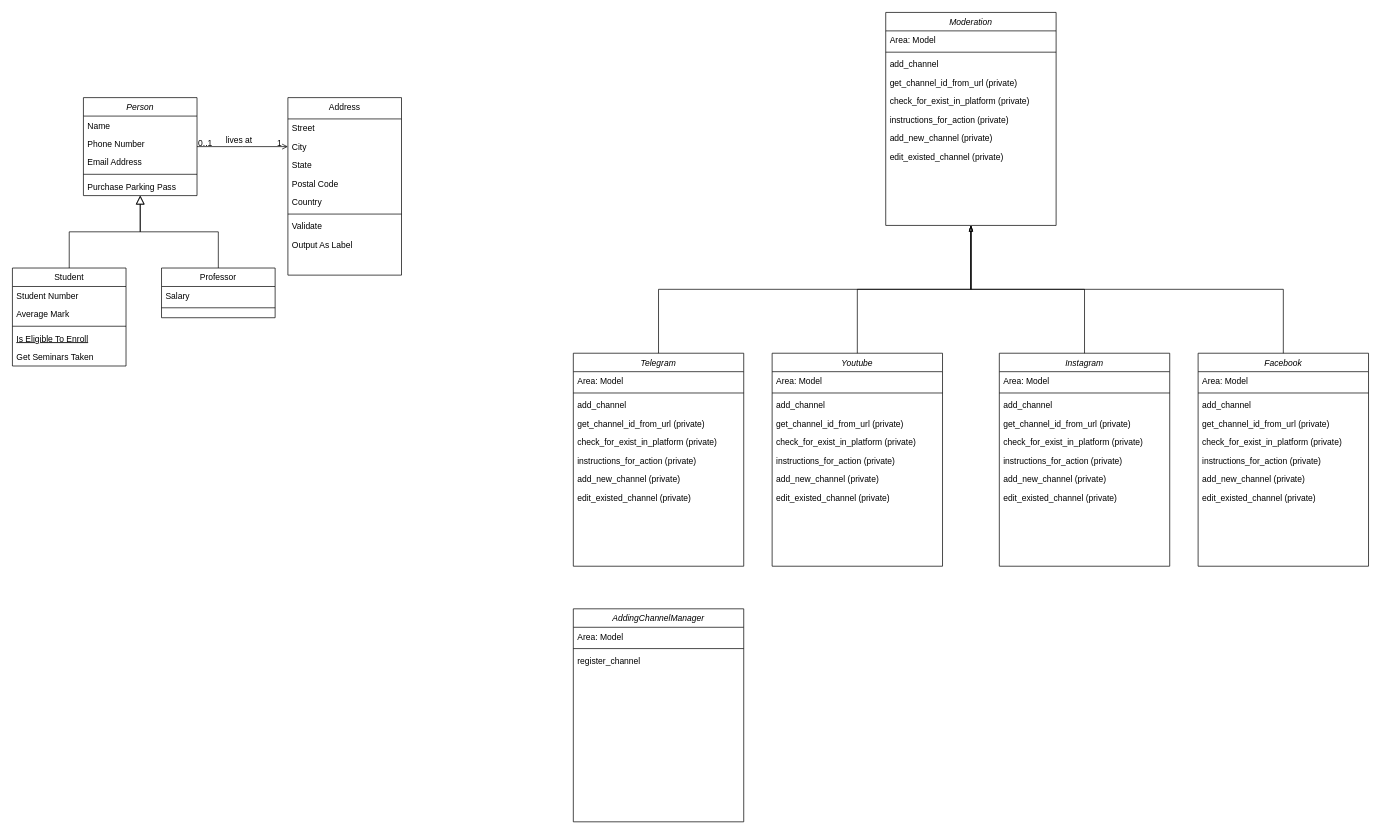
Above: Диаграмма без названия.drawio in KmvRoman/Diagrams (draw.io), before the change. Source tidied: cells renumbered, new cells numbered last; positions are measured from the earlier drawing's top-left corner, leaving out a move shared by most shapes. Both pictures are drawn from the tidied source at 71%, with x=0, y=0 at pixel (12, 12).
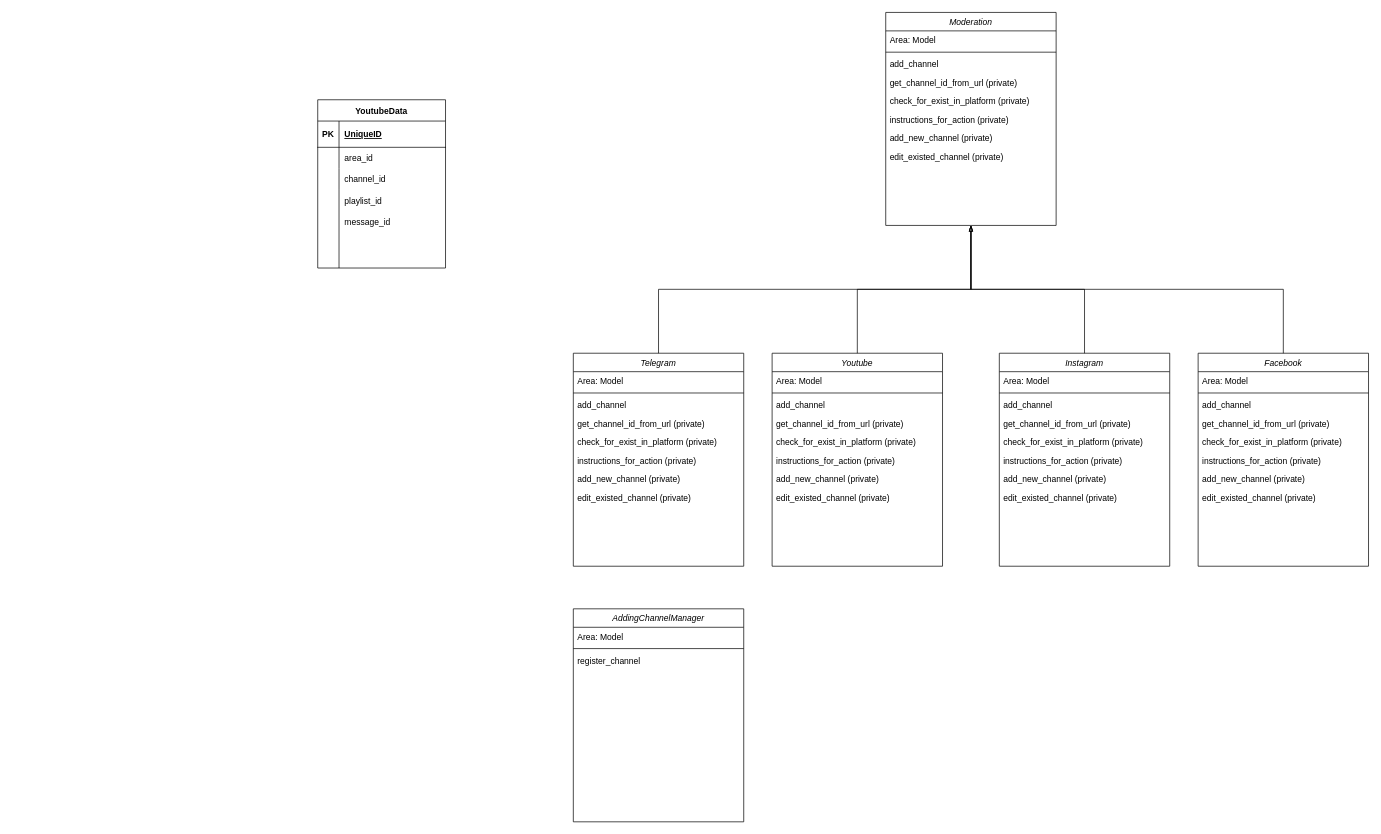
The same diagram, later.

The edit, as a diff of the source:
```diff
@@
-    <mxCell id="2" value="Person" style="swimlane;fontStyle=2;align=center;verticalAlign=top;horizontal=1;startSize=26;rounded=0;shadow=0;strokeWidth=1;" parent="1" vertex="1">
-      <mxGeometry x="100" y="120" width="160" height="138" as="geometry" />
-    </mxCell>
-    <mxCell id="3" value="Name" style="text;align=left;verticalAlign=top;spacingLeft=4;spacingRight=4;overflow=hidden;" parent="2" vertex="1">
-      <mxGeometry y="26" width="160" height="26" as="geometry" />
-    </mxCell>
-    <mxCell id="4" value="Phone Number" style="text;align=left;verticalAlign=top;spacingLeft=4;spacingRight=4;overflow=hidden;rounded=0;shadow=0;html=0;" parent="2" vertex="1">
-      <mxGeometry y="52" width="160" height="26" as="geometry" />
-    </mxCell>
-    <mxCell id="5" value="Email Address" style="text;align=left;verticalAlign=top;spacingLeft=4;spacingRight=4;overflow=hidden;rounded=0;shadow=0;html=0;" parent="2" vertex="1">
-      <mxGeometry y="78" width="160" height="26" as="geometry" />
-    </mxCell>
-    <mxCell id="6" style="line;html=1;strokeWidth=1;align=left;verticalAlign=middle;spacingTop=-1;spacingLeft=3;spacingRight=3;labelPosition=right;" parent="2" vertex="1">
-      <mxGeometry y="104" width="160" height="8" as="geometry" />
-    </mxCell>
-    <mxCell id="7" value="Purchase Parking Pass" style="text;align=left;verticalAlign=top;spacingLeft=4;spacingRight=4;overflow=hidden;" parent="2" vertex="1">
-      <mxGeometry y="112" width="160" height="26" as="geometry" />
-    </mxCell>
-    <mxCell id="8" value="Student" style="swimlane;fontStyle=0;align=center;verticalAlign=top;horizontal=1;startSize=26;rounded=0;shadow=0;strokeWidth=1;" parent="1" vertex="1">
-      <mxGeometry y="360" width="160" height="138" as="geometry" />
-    </mxCell>
-    <mxCell id="9" value="Student Number" style="text;align=left;verticalAlign=top;spacingLeft=4;spacingRight=4;overflow=hidden;" parent="8" vertex="1">
-      <mxGeometry y="26" width="160" height="26" as="geometry" />
-    </mxCell>
-    <mxCell id="10" value="Average Mark" style="text;align=left;verticalAlign=top;spacingLeft=4;spacingRight=4;overflow=hidden;rounded=0;shadow=0;html=0;" parent="8" vertex="1">
-      <mxGeometry y="52" width="160" height="26" as="geometry" />
-    </mxCell>
-    <mxCell id="11" style="line;html=1;strokeWidth=1;align=left;verticalAlign=middle;spacingTop=-1;spacingLeft=3;spacingRight=3;labelPosition=right;" parent="8" vertex="1">
-      <mxGeometry y="78" width="160" height="8" as="geometry" />
-    </mxCell>
-    <mxCell id="12" value="Is Eligible To Enroll" style="text;align=left;verticalAlign=top;spacingLeft=4;spacingRight=4;overflow=hidden;fontStyle=4;" parent="8" vertex="1">
-      <mxGeometry y="86" width="160" height="26" as="geometry" />
-    </mxCell>
-    <mxCell id="13" value="Get Seminars Taken" style="text;align=left;verticalAlign=top;spacingLeft=4;spacingRight=4;overflow=hidden;" parent="8" vertex="1">
-      <mxGeometry y="112" width="160" height="26" as="geometry" />
-    </mxCell>
-    <mxCell id="14" style="endArrow=block;endSize=10;endFill=0;shadow=0;strokeWidth=1;rounded=0;edgeStyle=elbowEdgeStyle;elbow=vertical;" parent="1" edge="1" source="8" target="2">
-      <mxGeometry relative="1" as="geometry" />
-    </mxCell>
-    <mxCell id="15" value="Professor" style="swimlane;fontStyle=0;align=center;verticalAlign=top;horizontal=1;startSize=26;rounded=0;shadow=0;strokeWidth=1;" parent="1" vertex="1">
-      <mxGeometry x="210" y="360" width="160" height="70" as="geometry" />
-    </mxCell>
-    <mxCell id="16" value="Salary" style="text;align=left;verticalAlign=top;spacingLeft=4;spacingRight=4;overflow=hidden;" parent="15" vertex="1">
-      <mxGeometry y="26" width="160" height="26" as="geometry" />
-    </mxCell>
-    <mxCell id="17" style="line;html=1;strokeWidth=1;align=left;verticalAlign=middle;spacingTop=-1;spacingLeft=3;spacingRight=3;labelPosition=right;" parent="15" vertex="1">
-      <mxGeometry y="52" width="160" height="8" as="geometry" />
-    </mxCell>
-    <mxCell id="18" style="endArrow=block;endSize=10;endFill=0;shadow=0;strokeWidth=1;rounded=0;edgeStyle=elbowEdgeStyle;elbow=vertical;" parent="1" edge="1" source="15" target="2">
-      <mxGeometry relative="1" as="geometry" />
-    </mxCell>
-    <mxCell id="19" value="Address" style="swimlane;fontStyle=0;align=center;verticalAlign=top;horizontal=1;startSize=30;rounded=0;shadow=0;strokeWidth=1;" parent="1" vertex="1">
-      <mxGeometry x="388" y="120" width="160" height="250" as="geometry" />
-    </mxCell>
-    <mxCell id="20" value="Street" style="text;align=left;verticalAlign=top;spacingLeft=4;spacingRight=4;overflow=hidden;" parent="19" vertex="1">
-      <mxGeometry y="30" width="160" height="26" as="geometry" />
-    </mxCell>
-    <mxCell id="21" value="City" style="text;align=left;verticalAlign=top;spacingLeft=4;spacingRight=4;overflow=hidden;rounded=0;shadow=0;html=0;" parent="19" vertex="1">
-      <mxGeometry y="56" width="160" height="26" as="geometry" />
-    </mxCell>
-    <mxCell id="22" value="State" style="text;align=left;verticalAlign=top;spacingLeft=4;spacingRight=4;overflow=hidden;rounded=0;shadow=0;html=0;" parent="19" vertex="1">
-      <mxGeometry y="82" width="160" height="26" as="geometry" />
-    </mxCell>
-    <mxCell id="23" value="Postal Code" style="text;align=left;verticalAlign=top;spacingLeft=4;spacingRight=4;overflow=hidden;rounded=0;shadow=0;html=0;" parent="19" vertex="1">
-      <mxGeometry y="108" width="160" height="26" as="geometry" />
-    </mxCell>
-    <mxCell id="24" value="Country" style="text;align=left;verticalAlign=top;spacingLeft=4;spacingRight=4;overflow=hidden;rounded=0;shadow=0;html=0;" parent="19" vertex="1">
-      <mxGeometry y="134" width="160" height="26" as="geometry" />
-    </mxCell>
-    <mxCell id="25" style="line;html=1;strokeWidth=1;align=left;verticalAlign=middle;spacingTop=-1;spacingLeft=3;spacingRight=3;labelPosition=right;" parent="19" vertex="1">
-      <mxGeometry y="160" width="160" height="8" as="geometry" />
-    </mxCell>
-    <mxCell id="26" value="Validate" style="text;align=left;verticalAlign=top;spacingLeft=4;spacingRight=4;overflow=hidden;" parent="19" vertex="1">
-      <mxGeometry y="168" width="160" height="26" as="geometry" />
-    </mxCell>
-    <mxCell id="27" value="Output As Label" style="text;align=left;verticalAlign=top;spacingLeft=4;spacingRight=4;overflow=hidden;" parent="19" vertex="1">
-      <mxGeometry y="194" width="160" height="26" as="geometry" />
-    </mxCell>
-    <mxCell id="28" style="endArrow=open;shadow=0;strokeWidth=1;rounded=0;endFill=1;edgeStyle=elbowEdgeStyle;elbow=vertical;" parent="1" edge="1" source="2" target="19">
-      <mxGeometry x="0.5" y="41" relative="1" as="geometry">
-        <mxPoint x="-40" y="32" as="offset" />
-      </mxGeometry>
-    </mxCell>
-    <mxCell id="29" value="0..1" style="align=left;verticalAlign=bottom;labelBackgroundColor=none;fontSize=12;" parent="28" vertex="1">
-      <mxGeometry x="-1" relative="1" as="geometry">
-        <mxPoint y="4" as="offset" />
-      </mxGeometry>
-    </mxCell>
-    <mxCell id="30" value="1" style="align=right;verticalAlign=bottom;labelBackgroundColor=none;fontSize=12;" parent="28" vertex="1">
-      <mxGeometry x="1" relative="1" as="geometry">
-        <mxPoint x="-7" y="4" as="offset" />
-      </mxGeometry>
-    </mxCell>
-    <mxCell id="31" value="lives at" style="text;html=1;align=center;verticalAlign=middle;labelBackgroundColor=none;rounded=0;shadow=0;strokeWidth=1;fontSize=12;" parent="28" vertex="1">
-      <mxGeometry x="0.5" y="49" relative="1" as="geometry">
-        <mxPoint x="-38" y="40" as="offset" />
-      </mxGeometry>
-    </mxCell>
@@
+    <mxCell id="85" value="YoutubeData" style="shape=table;startSize=30;childLayout=tableLayout;rowLines=0;fontStyle=1;align=center;" parent="1" vertex="1">
+      <mxGeometry x="430" y="123" width="180" height="237" as="geometry" />
+    </mxCell>
+    <mxCell id="86" style="shape=tableRow;horizontal=0;startSize=0;swimlaneHead=0;swimlaneBody=0;fillColor=none;top=0;left=0;right=0;bottom=1;" parent="85" vertex="1">
+      <mxGeometry y="30" width="180" height="37" as="geometry" />
+    </mxCell>
+    <mxCell id="87" value="PK" style="shape=partialRectangle;fillColor=none;top=0;left=0;bottom=0;right=0;fontStyle=1;overflow=hidden;" parent="86" vertex="1">
+      <mxGeometry width="30" height="37" as="geometry" />
+    </mxCell>
+    <mxCell id="88" value="UniqueID" style="shape=partialRectangle;fillColor=none;top=0;left=0;bottom=0;right=0;align=left;spacingLeft=6;fontStyle=5;overflow=hidden;" parent="86" vertex="1">
+      <mxGeometry x="30" width="150" height="37" as="geometry" />
+    </mxCell>
+    <mxCell id="89" style="shape=tableRow;horizontal=0;startSize=0;swimlaneHead=0;swimlaneBody=0;fillColor=none;top=0;left=0;right=0;bottom=0;" parent="85" vertex="1">
+      <mxGeometry y="67" width="180" height="30" as="geometry" />
+    </mxCell>
+    <mxCell id="90" style="shape=partialRectangle;fillColor=none;top=0;left=0;bottom=0;right=0;overflow=hidden;" parent="89" vertex="1">
+      <mxGeometry width="30" height="30" as="geometry" />
+    </mxCell>
+    <mxCell id="91" value="area_id" style="shape=partialRectangle;fillColor=none;top=0;left=0;bottom=0;right=0;align=left;spacingLeft=6;overflow=hidden;" parent="89" vertex="1">
+      <mxGeometry x="30" width="150" height="30" as="geometry" />
+    </mxCell>
+    <mxCell id="92" style="shape=tableRow;horizontal=0;startSize=0;swimlaneHead=0;swimlaneBody=0;fillColor=none;top=0;left=0;right=0;bottom=0;" parent="85" vertex="1">
+      <mxGeometry y="97" width="180" height="30" as="geometry" />
+    </mxCell>
+    <mxCell id="93" style="shape=partialRectangle;fillColor=none;top=0;left=0;bottom=0;right=0;overflow=hidden;" parent="92" vertex="1">
+      <mxGeometry width="30" height="30" as="geometry" />
+    </mxCell>
+    <mxCell id="94" value="channel_id" style="shape=partialRectangle;fillColor=none;top=0;left=0;bottom=0;right=0;align=left;spacingLeft=6;overflow=hidden;" parent="92" vertex="1">
+      <mxGeometry x="30" width="150" height="30" as="geometry" />
+    </mxCell>
+    <mxCell id="95" style="shape=tableRow;horizontal=0;startSize=0;swimlaneHead=0;swimlaneBody=0;fillColor=none;top=0;left=0;right=0;bottom=0;" parent="85" vertex="1">
+      <mxGeometry y="127" width="180" height="110" as="geometry" />
+    </mxCell>
+    <mxCell id="96" style="shape=partialRectangle;fillColor=none;top=0;left=0;bottom=0;right=0;overflow=hidden;" parent="95" vertex="1">
+      <mxGeometry width="30" height="110" as="geometry" />
+    </mxCell>
+    <mxCell id="97" style="shape=partialRectangle;fillColor=none;top=0;left=0;bottom=0;right=0;align=left;spacingLeft=6;overflow=hidden;" parent="95" vertex="1">
+      <mxGeometry x="30" width="150" height="110" as="geometry" />
+    </mxCell>
+    <mxCell id="98" value="playlist_id" style="shape=partialRectangle;fillColor=none;top=0;left=0;bottom=0;right=0;align=left;spacingLeft=6;overflow=hidden;" parent="1" vertex="1">
+      <mxGeometry x="460" y="250" width="150" height="30" as="geometry" />
+    </mxCell>
+    <mxCell id="99" value="message_id" style="shape=partialRectangle;fillColor=none;top=0;left=0;bottom=0;right=0;align=left;spacingLeft=6;overflow=hidden;" parent="1" vertex="1">
+      <mxGeometry x="460" y="280" width="150" height="30" as="geometry" />
+    </mxCell>
```
